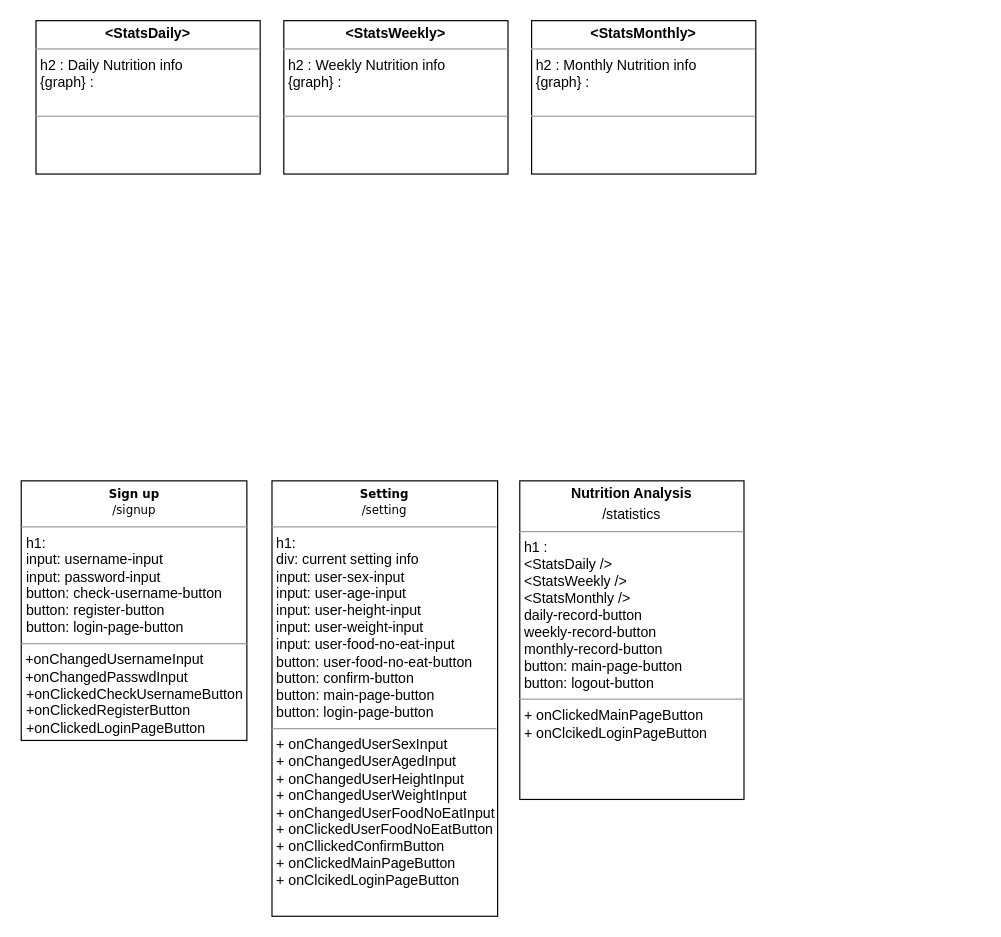
This is diagrams/Bang.drawio from swsnu/swpp2021-team5, a draw.io file, before an edit. Source tidied: cells renumbered, new cells numbered last; positions are measured from the earlier drawing's top-left corner, leaving out a move shared by most shapes. Both pictures are drawn from the tidied source at 118%, with x=0, y=0 at pixel (21, 20).
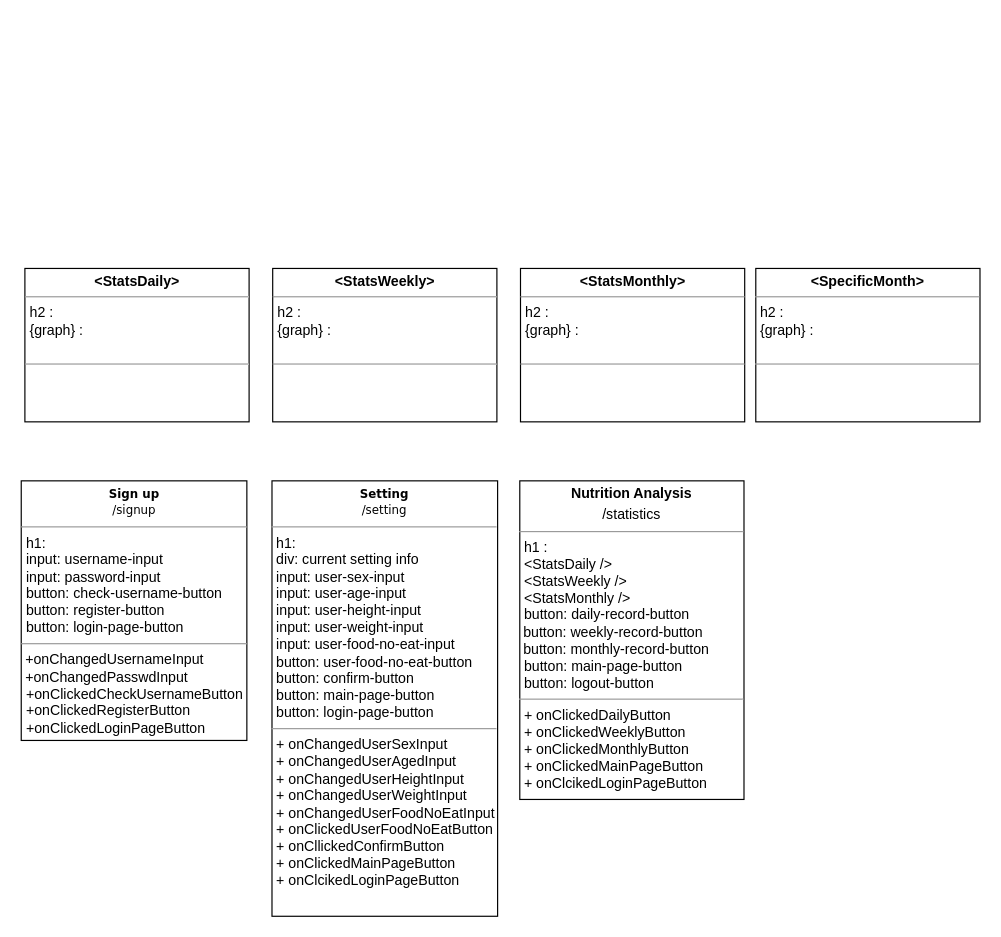
Above is the later version.

Change to the diagram source:
```diff
@@
 <mxGraphModel>
   <root>
     <mxCell id="0" />
     <mxCell id="1" parent="0" />
-    <mxCell id="2" value="&lt;p style=&quot;margin: 0px ; margin-top: 4px ; text-align: center&quot;&gt;&lt;b&gt;&amp;lt;StatsDaily&amp;gt;&lt;/b&gt;&lt;/p&gt;&lt;hr size=&quot;1&quot;&gt;&lt;p style=&quot;margin: 0px ; margin-left: 4px&quot;&gt;h2 : Daily Nutrition info&lt;br&gt;&lt;/p&gt;&lt;p style=&quot;margin: 0px ; margin-left: 4px&quot;&gt;{graph} :&amp;nbsp;&lt;/p&gt;&lt;p style=&quot;margin: 0px ; margin-left: 4px&quot;&gt;&lt;br&gt;&lt;/p&gt;&lt;hr size=&quot;1&quot;&gt;&lt;p style=&quot;margin: 0px ; margin-left: 4px&quot;&gt;&lt;br&gt;&lt;/p&gt;" style="verticalAlign=top;align=left;overflow=fill;fontSize=12;fontFamily=Helvetica;html=1;rounded=0;shadow=0;comic=0;labelBackgroundColor=none;strokeWidth=1;" parent="1" vertex="1">
-      <mxGeometry x="12" width="190" height="130" as="geometry" />
+    <mxCell id="2" value="&lt;p style=&quot;margin: 0px ; margin-top: 4px ; text-align: center&quot;&gt;&lt;b&gt;&amp;lt;StatsDaily&amp;gt;&lt;/b&gt;&lt;/p&gt;&lt;hr size=&quot;1&quot;&gt;&lt;p style=&quot;margin: 0px ; margin-left: 4px&quot;&gt;h2 :&amp;nbsp;&lt;br&gt;&lt;/p&gt;&lt;p style=&quot;margin: 0px ; margin-left: 4px&quot;&gt;{graph} :&amp;nbsp;&lt;/p&gt;&lt;p style=&quot;margin: 0px ; margin-left: 4px&quot;&gt;&lt;br&gt;&lt;/p&gt;&lt;hr size=&quot;1&quot;&gt;&lt;p style=&quot;margin: 0px ; margin-left: 4px&quot;&gt;&lt;br&gt;&lt;/p&gt;" style="verticalAlign=top;align=left;overflow=fill;fontSize=12;fontFamily=Helvetica;html=1;rounded=0;shadow=0;comic=0;labelBackgroundColor=none;strokeWidth=1;" parent="1" vertex="1">
+      <mxGeometry x="2.6" y="210" width="190" height="130" as="geometry" />
     </mxCell>
-    <mxCell id="3" value="&lt;p style=&quot;margin: 0px ; margin-top: 4px ; text-align: center&quot;&gt;&lt;b&gt;&amp;lt;StatsWeekly&amp;gt;&lt;/b&gt;&lt;/p&gt;&lt;hr size=&quot;1&quot;&gt;&lt;p style=&quot;margin: 0px ; margin-left: 4px&quot;&gt;h2 : Weekly Nutrition info&lt;br&gt;&lt;/p&gt;&lt;p style=&quot;margin: 0px ; margin-left: 4px&quot;&gt;{graph} :&lt;br&gt;&lt;/p&gt;&lt;p style=&quot;margin: 0px ; margin-left: 4px&quot;&gt;&lt;br&gt;&lt;/p&gt;&lt;hr size=&quot;1&quot;&gt;&lt;p style=&quot;margin: 0px ; margin-left: 4px&quot;&gt;&lt;br&gt;&lt;/p&gt;" style="verticalAlign=top;align=left;overflow=fill;fontSize=12;fontFamily=Helvetica;html=1;rounded=0;shadow=0;comic=0;labelBackgroundColor=none;strokeWidth=1;" parent="1" vertex="1">
-      <mxGeometry x="222" width="190" height="130" as="geometry" />
+    <mxCell id="3" value="&lt;p style=&quot;margin: 0px ; margin-top: 4px ; text-align: center&quot;&gt;&lt;b&gt;&amp;lt;StatsWeekly&amp;gt;&lt;/b&gt;&lt;/p&gt;&lt;hr size=&quot;1&quot;&gt;&lt;p style=&quot;margin: 0px ; margin-left: 4px&quot;&gt;h2 :&amp;nbsp;&lt;br&gt;&lt;/p&gt;&lt;p style=&quot;margin: 0px ; margin-left: 4px&quot;&gt;{graph} :&lt;br&gt;&lt;/p&gt;&lt;p style=&quot;margin: 0px ; margin-left: 4px&quot;&gt;&lt;br&gt;&lt;/p&gt;&lt;hr size=&quot;1&quot;&gt;&lt;p style=&quot;margin: 0px ; margin-left: 4px&quot;&gt;&lt;br&gt;&lt;/p&gt;" style="verticalAlign=top;align=left;overflow=fill;fontSize=12;fontFamily=Helvetica;html=1;rounded=0;shadow=0;comic=0;labelBackgroundColor=none;strokeWidth=1;" parent="1" vertex="1">
+      <mxGeometry x="212.6" y="210" width="190" height="130" as="geometry" />
     </mxCell>
-    <mxCell id="4" value="&lt;p style=&quot;margin: 0px ; margin-top: 4px ; text-align: center&quot;&gt;&lt;b&gt;&amp;lt;StatsMonthly&amp;gt;&lt;/b&gt;&lt;/p&gt;&lt;hr size=&quot;1&quot;&gt;&lt;p style=&quot;margin: 0px ; margin-left: 4px&quot;&gt;h2 : Monthly Nutrition info&lt;br&gt;&lt;/p&gt;&lt;p style=&quot;margin: 0px ; margin-left: 4px&quot;&gt;{graph} :&lt;br&gt;&lt;/p&gt;&lt;p style=&quot;margin: 0px ; margin-left: 4px&quot;&gt;&lt;br&gt;&lt;/p&gt;&lt;hr size=&quot;1&quot;&gt;&lt;p style=&quot;margin: 0px ; margin-left: 4px&quot;&gt;&lt;br&gt;&lt;/p&gt;" style="verticalAlign=top;align=left;overflow=fill;fontSize=12;fontFamily=Helvetica;html=1;rounded=0;shadow=0;comic=0;labelBackgroundColor=none;strokeWidth=1;" parent="1" vertex="1">
-      <mxGeometry x="432" width="190" height="130" as="geometry" />
+    <mxCell id="4" value="&lt;p style=&quot;margin: 0px ; margin-top: 4px ; text-align: center&quot;&gt;&lt;b&gt;&amp;lt;StatsMonthly&amp;gt;&lt;/b&gt;&lt;/p&gt;&lt;hr size=&quot;1&quot;&gt;&lt;p style=&quot;margin: 0px ; margin-left: 4px&quot;&gt;h2 :&amp;nbsp;&lt;br&gt;&lt;/p&gt;&lt;p style=&quot;margin: 0px ; margin-left: 4px&quot;&gt;{graph} :&lt;br&gt;&lt;/p&gt;&lt;p style=&quot;margin: 0px ; margin-left: 4px&quot;&gt;&lt;br&gt;&lt;/p&gt;&lt;hr size=&quot;1&quot;&gt;&lt;p style=&quot;margin: 0px ; margin-left: 4px&quot;&gt;&lt;br&gt;&lt;/p&gt;" style="verticalAlign=top;align=left;overflow=fill;fontSize=12;fontFamily=Helvetica;html=1;rounded=0;shadow=0;comic=0;labelBackgroundColor=none;strokeWidth=1;" parent="1" vertex="1">
+      <mxGeometry x="422.6" y="210" width="190" height="130" as="geometry" />
     </mxCell>
-    <mxCell id="5" value="&lt;p style=&quot;margin: 0px ; margin-top: 4px ; text-align: center&quot;&gt;&lt;b&gt;Nutrition Analysis&lt;/b&gt;&lt;/p&gt;&lt;p style=&quot;margin: 0px ; margin-top: 4px ; text-align: center&quot;&gt;/statistics&lt;/p&gt;&lt;hr size=&quot;1&quot;&gt;&lt;p style=&quot;margin: 0px ; margin-left: 4px&quot;&gt;h1 :&amp;nbsp;&lt;/p&gt;&lt;p style=&quot;margin: 0px ; margin-left: 4px&quot;&gt;&amp;lt;StatsDaily /&amp;gt;&lt;/p&gt;&lt;p style=&quot;margin: 0px ; margin-left: 4px&quot;&gt;&amp;lt;StatsWeekly /&amp;gt;&lt;/p&gt;&lt;p style=&quot;margin: 0px ; margin-left: 4px&quot;&gt;&amp;lt;StatsMonthly /&amp;gt;&lt;/p&gt;&lt;p style=&quot;margin: 0px ; margin-left: 4px&quot;&gt;daily-record-button&lt;/p&gt;&lt;p style=&quot;margin: 0px 0px 0px 4px&quot;&gt;weekly-record-button&amp;nbsp;&lt;/p&gt;&lt;p style=&quot;margin: 0px 0px 0px 4px&quot;&gt;monthly-record-button&lt;/p&gt;&lt;p style=&quot;margin: 0px 0px 0px 4px&quot;&gt;button: main-page-button&lt;/p&gt;&lt;p style=&quot;margin: 0px 0px 0px 4px&quot;&gt;button: logout-button&lt;/p&gt;&lt;hr size=&quot;1&quot;&gt;&lt;p style=&quot;margin: 0px 0px 0px 4px&quot;&gt;+ onClickedMainPageButton&lt;/p&gt;&lt;p style=&quot;margin: 0px 0px 0px 4px&quot;&gt;+ onClcikedLoginPageButton&lt;/p&gt;" style="verticalAlign=top;align=left;overflow=fill;fontSize=12;fontFamily=Helvetica;html=1;rounded=0;shadow=0;comic=0;labelBackgroundColor=none;strokeWidth=1;" parent="1" vertex="1">
+    <mxCell id="5" value="&lt;p style=&quot;margin: 0px ; margin-top: 4px ; text-align: center&quot;&gt;&lt;b&gt;Nutrition Analysis&lt;/b&gt;&lt;/p&gt;&lt;p style=&quot;margin: 0px ; margin-top: 4px ; text-align: center&quot;&gt;/statistics&lt;/p&gt;&lt;hr size=&quot;1&quot;&gt;&lt;p style=&quot;margin: 0px ; margin-left: 4px&quot;&gt;h1 :&amp;nbsp;&lt;/p&gt;&lt;p style=&quot;margin: 0px ; margin-left: 4px&quot;&gt;&amp;lt;StatsDaily /&amp;gt;&lt;/p&gt;&lt;p style=&quot;margin: 0px ; margin-left: 4px&quot;&gt;&amp;lt;StatsWeekly /&amp;gt;&lt;/p&gt;&lt;p style=&quot;margin: 0px ; margin-left: 4px&quot;&gt;&amp;lt;StatsMonthly /&amp;gt;&lt;/p&gt;&lt;p style=&quot;margin: 0px ; margin-left: 4px&quot;&gt;button: daily-record-button&lt;/p&gt;&amp;nbsp;button:&amp;nbsp;&lt;span&gt;weekly-record-button&amp;nbsp;&lt;/span&gt;&lt;br&gt;&amp;nbsp;button:&amp;nbsp;&lt;span&gt;monthly-record-button&lt;/span&gt;&lt;br&gt;&lt;p style=&quot;margin: 0px 0px 0px 4px&quot;&gt;button: main-page-button&lt;/p&gt;&lt;p style=&quot;margin: 0px 0px 0px 4px&quot;&gt;button: logout-button&lt;/p&gt;&lt;hr size=&quot;1&quot;&gt;&lt;p style=&quot;margin: 0px 0px 0px 4px&quot;&gt;+ onClickedDailyButton&lt;/p&gt;&lt;p style=&quot;margin: 0px 0px 0px 4px&quot;&gt;+ onClickedWeeklyButton&lt;/p&gt;&lt;p style=&quot;margin: 0px 0px 0px 4px&quot;&gt;+ onClickedMonthlyButton&amp;nbsp;&lt;/p&gt;&lt;p style=&quot;margin: 0px 0px 0px 4px&quot;&gt;+ onClickedMainPageButton&lt;/p&gt;&lt;p style=&quot;margin: 0px 0px 0px 4px&quot;&gt;+ onClcikedLoginPageButton&lt;/p&gt;" style="verticalAlign=top;align=left;overflow=fill;fontSize=12;fontFamily=Helvetica;html=1;rounded=0;shadow=0;comic=0;labelBackgroundColor=none;strokeWidth=1;" parent="1" vertex="1">
       <mxGeometry x="422" y="390" width="190" height="270" as="geometry" />
     </mxCell>
     <mxCell id="6" value="&lt;p style=&quot;margin: 4px 0px 0px ; text-align: center&quot;&gt;&lt;b style=&quot;font-family: &amp;#34;verdana&amp;#34; ; font-size: 10px&quot;&gt;Sign up&lt;/b&gt;&lt;br style=&quot;font-family: &amp;#34;verdana&amp;#34; ; font-size: 10px&quot;&gt;&lt;span style=&quot;font-family: &amp;#34;verdana&amp;#34; ; font-size: 10px&quot;&gt;/signup&lt;/span&gt;&lt;br&gt;&lt;/p&gt;&lt;hr size=&quot;1&quot;&gt;&lt;p style=&quot;margin: 0px 0px 0px 4px&quot;&gt;h1:&lt;/p&gt;&lt;p style=&quot;margin: 0px 0px 0px 4px&quot;&gt;input: username-input&lt;/p&gt;&lt;p style=&quot;margin: 0px 0px 0px 4px&quot;&gt;input: password-input&lt;/p&gt;&lt;p style=&quot;margin: 0px 0px 0px 4px&quot;&gt;button: check-username-button&lt;/p&gt;&lt;p style=&quot;margin: 0px 0px 0px 4px&quot;&gt;button: register-button&lt;/p&gt;&lt;p style=&quot;margin: 0px 0px 0px 4px&quot;&gt;button: login-page-button&lt;/p&gt;&lt;hr size=&quot;1&quot;&gt;&amp;nbsp;+onChangedUsernameInput&lt;br&gt;&amp;nbsp;+onChangedPasswdInput&lt;br&gt;&lt;p style=&quot;margin: 0px 0px 0px 4px&quot;&gt;+onClickedCheckUsernameButton&lt;/p&gt;&lt;p style=&quot;margin: 0px 0px 0px 4px&quot;&gt;+onClickedRegisterButton&lt;/p&gt;&lt;p style=&quot;margin: 0px 0px 0px 4px&quot;&gt;+onClickedLoginPageButton&lt;/p&gt;" style="verticalAlign=top;align=left;overflow=fill;fontSize=12;fontFamily=Helvetica;html=1;" parent="1" vertex="1">
       <mxGeometry x="-0.5" y="390" width="191.2" height="220" as="geometry" />
     </mxCell>
     <mxCell id="7" value="&lt;p style=&quot;margin: 4px 0px 0px ; text-align: center&quot;&gt;&lt;b style=&quot;font-family: &amp;#34;verdana&amp;#34; ; font-size: 10px&quot;&gt;Setting&lt;/b&gt;&lt;br style=&quot;font-family: &amp;#34;verdana&amp;#34; ; font-size: 10px&quot;&gt;&lt;span style=&quot;font-family: &amp;#34;verdana&amp;#34; ; font-size: 10px&quot;&gt;/setting&lt;/span&gt;&lt;br&gt;&lt;/p&gt;&lt;hr size=&quot;1&quot;&gt;&lt;p style=&quot;margin: 0px 0px 0px 4px&quot;&gt;h1:&amp;nbsp;&lt;/p&gt;&lt;p style=&quot;margin: 0px 0px 0px 4px&quot;&gt;div: current setting info&lt;/p&gt;&lt;p style=&quot;margin: 0px 0px 0px 4px&quot;&gt;input: user-sex-input&lt;/p&gt;&lt;p style=&quot;margin: 0px 0px 0px 4px&quot;&gt;input: user-age-input&lt;/p&gt;&lt;p style=&quot;margin: 0px 0px 0px 4px&quot;&gt;input: user-height-input&lt;/p&gt;&lt;p style=&quot;margin: 0px 0px 0px 4px&quot;&gt;input: user-weight-input&lt;/p&gt;&lt;p style=&quot;margin: 0px 0px 0px 4px&quot;&gt;input: user-food-no-eat-input&lt;br&gt;&lt;/p&gt;&lt;p style=&quot;margin: 0px 0px 0px 4px&quot;&gt;button: user-food-no-eat-button&lt;/p&gt;&lt;p style=&quot;margin: 0px 0px 0px 4px&quot;&gt;&lt;span&gt;button: confirm-button&lt;/span&gt;&lt;br&gt;&lt;/p&gt;&lt;p style=&quot;margin: 0px 0px 0px 4px&quot;&gt;button: main-page-button&lt;/p&gt;&lt;p style=&quot;margin: 0px 0px 0px 4px&quot;&gt;button: login-page-button&lt;/p&gt;&lt;hr size=&quot;1&quot;&gt;&lt;p style=&quot;margin: 0px 0px 0px 4px&quot;&gt;+ onChangedUserSexInput&lt;/p&gt;&lt;p style=&quot;margin: 0px 0px 0px 4px&quot;&gt;+ onChangedUserAgedInput&lt;/p&gt;&lt;p style=&quot;margin: 0px 0px 0px 4px&quot;&gt;+ onChangedUserHeightInput&lt;/p&gt;&lt;p style=&quot;margin: 0px 0px 0px 4px&quot;&gt;+ onChangedUserWeightInput&lt;/p&gt;&lt;p style=&quot;margin: 0px 0px 0px 4px&quot;&gt;+ onChangedUserFoodNoEatInput&lt;/p&gt;&lt;p style=&quot;margin: 0px 0px 0px 4px&quot;&gt;+ onClickedUserFoodNoEatButton&lt;/p&gt;&lt;p style=&quot;margin: 0px 0px 0px 4px&quot;&gt;+ onCllickedConfirmButton&lt;/p&gt;&lt;p style=&quot;margin: 0px 0px 0px 4px&quot;&gt;+ onClickedMainPageButton&lt;/p&gt;&lt;p style=&quot;margin: 0px 0px 0px 4px&quot;&gt;+ onClcikedLoginPageButton&lt;/p&gt;&lt;p style=&quot;margin: 0px 0px 0px 4px&quot;&gt;&lt;br&gt;&lt;/p&gt;" style="verticalAlign=top;align=left;overflow=fill;fontSize=12;fontFamily=Helvetica;html=1;" parent="1" vertex="1">
       <mxGeometry x="212" y="390" width="191.2" height="369" as="geometry" />
     </mxCell>
     <mxCell id="8" style="edgeStyle=orthogonalEdgeStyle;rounded=0;orthogonalLoop=1;jettySize=auto;html=1;exitX=0.5;exitY=1;exitDx=0;exitDy=0;" parent="1" edge="1" source="3" target="3">
       <mxGeometry relative="1" as="geometry" />
     </mxCell>
+    <mxCell id="9" value="&lt;p style=&quot;margin: 0px ; margin-top: 4px ; text-align: center&quot;&gt;&lt;b&gt;&amp;lt;SpecificMonth&amp;gt;&lt;/b&gt;&lt;/p&gt;&lt;hr size=&quot;1&quot;&gt;&lt;p style=&quot;margin: 0px ; margin-left: 4px&quot;&gt;h2 :&amp;nbsp;&lt;br&gt;&lt;/p&gt;&lt;p style=&quot;margin: 0px ; margin-left: 4px&quot;&gt;{graph} :&lt;br&gt;&lt;/p&gt;&lt;p style=&quot;margin: 0px ; margin-left: 4px&quot;&gt;&lt;br&gt;&lt;/p&gt;&lt;hr size=&quot;1&quot;&gt;&lt;p style=&quot;margin: 0px ; margin-left: 4px&quot;&gt;&lt;br&gt;&lt;/p&gt;" style="verticalAlign=top;align=left;overflow=fill;fontSize=12;fontFamily=Helvetica;html=1;rounded=0;shadow=0;comic=0;labelBackgroundColor=none;strokeWidth=1;" parent="1" vertex="1">
+      <mxGeometry x="622" y="210" width="190" height="130" as="geometry" />
+    </mxCell>
   </root>
 </mxGraphModel>
```
